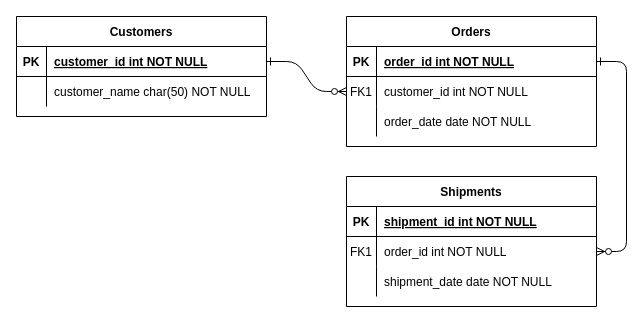
Earlier version of the draw.io diagram BCR.drawio (whysofail/adamsatria-binarchallenge-5). Source tidied: cells renumbered, new cells numbered last; positions are measured from the earlier drawing's top-left corner, leaving out a move shared by most shapes. Both pictures are drawn from the tidied source at 100%, with x=0, y=0 at pixel (16, 16).
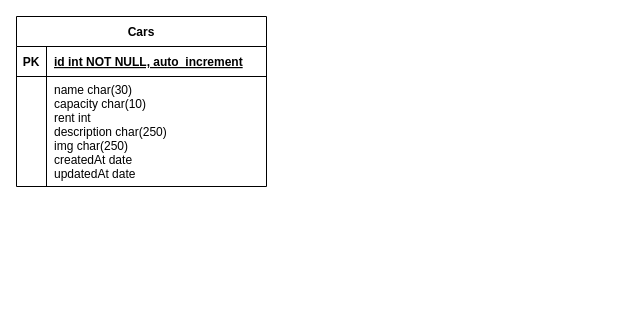
After the change.

The change refers to these unchanged cells:
```xml
<mxCell id="25" style="shape=partialRectangle;fillColor=none;points=[[0,0.5],[1,0.5]];portConstraint=eastwest;top=0;left=0;right=0;bottom=1;" parent="24" vertex="1">
  <mxGeometry y="30" width="250" height="30" as="geometry" />
</mxCell>
```

Change to the diagram source:
```diff
@@
-    <mxCell id="2" style="edgeStyle=entityRelationEdgeStyle;endArrow=ERzeroToMany;startArrow=ERone;endFill=1;startFill=0;" parent="1" edge="1" source="25" target="8">
-      <mxGeometry relative="1" as="geometry" />
-    </mxCell>
-    <mxCell id="3" style="edgeStyle=entityRelationEdgeStyle;endArrow=ERzeroToMany;startArrow=ERone;endFill=1;startFill=0;" parent="1" edge="1" source="5" target="18">
-      <mxGeometry relative="1" as="geometry" />
-    </mxCell>
-    <mxCell id="4" value="Orders" style="shape=table;startSize=30;childLayout=tableLayout;rowLines=0;fontStyle=1;align=center;" parent="1" vertex="1">
-      <mxGeometry x="330" width="250" height="130" as="geometry" />
-    </mxCell>
-    <mxCell id="5" style="shape=partialRectangle;fillColor=none;points=[[0,0.5],[1,0.5]];portConstraint=eastwest;top=0;left=0;right=0;bottom=1;" parent="4" vertex="1">
-      <mxGeometry y="30" width="250" height="30" as="geometry" />
-    </mxCell>
-    <mxCell id="6" value="PK" style="shape=partialRectangle;overflow=hidden;fillColor=none;top=0;left=0;bottom=0;right=0;fontStyle=1;" parent="5" vertex="1">
-      <mxGeometry width="30" height="30" as="geometry" />
-    </mxCell>
-    <mxCell id="7" value="order_id int NOT NULL " style="shape=partialRectangle;overflow=hidden;fillColor=none;top=0;left=0;bottom=0;right=0;align=left;spacingLeft=6;fontStyle=5;" parent="5" vertex="1">
-      <mxGeometry x="30" width="220" height="30" as="geometry" />
-    </mxCell>
-    <mxCell id="8" style="shape=partialRectangle;fillColor=none;points=[[0,0.5],[1,0.5]];portConstraint=eastwest;top=0;left=0;right=0;bottom=0;" parent="4" vertex="1">
-      <mxGeometry y="60" width="250" height="30" as="geometry" />
-    </mxCell>
-    <mxCell id="9" value="FK1" style="shape=partialRectangle;overflow=hidden;fillColor=none;top=0;left=0;bottom=0;right=0;" parent="8" vertex="1">
-      <mxGeometry width="30" height="30" as="geometry" />
-    </mxCell>
-    <mxCell id="10" value="customer_id int NOT NULL" style="shape=partialRectangle;overflow=hidden;fillColor=none;top=0;left=0;bottom=0;right=0;align=left;spacingLeft=6;" parent="8" vertex="1">
-      <mxGeometry x="30" width="220" height="30" as="geometry" />
-    </mxCell>
-    <mxCell id="11" style="shape=partialRectangle;fillColor=none;top=0;left=0;right=0;bottom=0;" parent="4" vertex="1">
-      <mxGeometry y="90" width="250" height="30" as="geometry" />
-    </mxCell>
-    <mxCell id="12" style="shape=partialRectangle;overflow=hidden;fillColor=none;top=0;left=0;bottom=0;right=0;" parent="11" vertex="1">
-      <mxGeometry width="30" height="30" as="geometry" />
-    </mxCell>
-    <mxCell id="13" value="order_date date NOT NULL" style="shape=partialRectangle;overflow=hidden;fillColor=none;top=0;left=0;bottom=0;right=0;align=left;spacingLeft=6;" parent="11" vertex="1">
-      <mxGeometry x="30" width="220" height="30" as="geometry" />
-    </mxCell>
-    <mxCell id="14" value="Shipments" style="shape=table;startSize=30;childLayout=tableLayout;rowLines=0;fontStyle=1;align=center;" parent="1" vertex="1">
-      <mxGeometry x="330" y="160" width="250" height="130" as="geometry" />
-    </mxCell>
-    <mxCell id="15" style="shape=partialRectangle;fillColor=none;top=0;left=0;right=0;bottom=1;" parent="14" vertex="1">
-      <mxGeometry y="30" width="250" height="30" as="geometry" />
-    </mxCell>
-    <mxCell id="16" value="PK" style="shape=partialRectangle;overflow=hidden;fillColor=none;top=0;left=0;bottom=0;right=0;fontStyle=1;" parent="15" vertex="1">
-      <mxGeometry width="30" height="30" as="geometry" />
-    </mxCell>
-    <mxCell id="17" value="shipment_id int NOT NULL " style="shape=partialRectangle;overflow=hidden;fillColor=none;top=0;left=0;bottom=0;right=0;align=left;spacingLeft=6;fontStyle=5;" parent="15" vertex="1">
-      <mxGeometry x="30" width="220" height="30" as="geometry" />
-    </mxCell>
-    <mxCell id="18" style="shape=partialRectangle;fillColor=none;points=[[0,0.5],[1,0.5]];portConstraint=eastwest;top=0;left=0;right=0;bottom=0;" parent="14" vertex="1">
-      <mxGeometry y="60" width="250" height="30" as="geometry" />
-    </mxCell>
-    <mxCell id="19" value="FK1" style="shape=partialRectangle;overflow=hidden;fillColor=none;top=0;left=0;bottom=0;right=0;" parent="18" vertex="1">
-      <mxGeometry width="30" height="30" as="geometry" />
-    </mxCell>
-    <mxCell id="20" value="order_id int NOT NULL" style="shape=partialRectangle;overflow=hidden;fillColor=none;top=0;left=0;bottom=0;right=0;align=left;spacingLeft=6;" parent="18" vertex="1">
-      <mxGeometry x="30" width="220" height="30" as="geometry" />
-    </mxCell>
-    <mxCell id="21" style="shape=partialRectangle;fillColor=none;top=0;left=0;right=0;bottom=0;" parent="14" vertex="1">
-      <mxGeometry y="90" width="250" height="30" as="geometry" />
-    </mxCell>
-    <mxCell id="22" style="shape=partialRectangle;overflow=hidden;fillColor=none;top=0;left=0;bottom=0;right=0;" parent="21" vertex="1">
-      <mxGeometry width="30" height="30" as="geometry" />
-    </mxCell>
-    <mxCell id="23" value="shipment_date date NOT NULL" style="shape=partialRectangle;overflow=hidden;fillColor=none;top=0;left=0;bottom=0;right=0;align=left;spacingLeft=6;" parent="21" vertex="1">
-      <mxGeometry x="30" width="220" height="30" as="geometry" />
-    </mxCell>
-    <mxCell id="24" value="Customers" style="shape=table;startSize=30;childLayout=tableLayout;rowLines=0;fontStyle=1;align=center;" parent="1" vertex="1">
-      <mxGeometry width="250" height="100" as="geometry" />
+    <mxCell id="24" value="Cars" style="shape=table;startSize=30;childLayout=tableLayout;rowLines=0;fontStyle=1;align=center;" parent="1" vertex="1">
+      <mxGeometry width="250" height="170" as="geometry" />
     </mxCell>
@@
-    <mxCell id="27" value="customer_id int NOT NULL " style="shape=partialRectangle;overflow=hidden;fillColor=none;top=0;left=0;bottom=0;right=0;align=left;spacingLeft=6;fontStyle=5;" parent="25" vertex="1">
+    <mxCell id="27" value="id int NOT NULL, auto_increment" style="shape=partialRectangle;overflow=hidden;fillColor=none;top=0;left=0;bottom=0;right=0;align=left;spacingLeft=6;fontStyle=5;" parent="25" vertex="1">
       <mxGeometry x="30" width="220" height="30" as="geometry" />
     </mxCell>
     <mxCell id="28" style="shape=partialRectangle;fillColor=none;top=0;left=0;right=0;bottom=0;" parent="24" vertex="1">
-      <mxGeometry y="60" width="250" height="30" as="geometry" />
+      <mxGeometry y="60" width="250" height="110" as="geometry" />
     </mxCell>
     <mxCell id="29" style="shape=partialRectangle;overflow=hidden;fillColor=none;top=0;left=0;bottom=0;right=0;" parent="28" vertex="1">
-      <mxGeometry width="30" height="30" as="geometry" />
+      <mxGeometry width="30" height="110" as="geometry" />
     </mxCell>
-    <mxCell id="30" value="customer_name char(50) NOT NULL" style="shape=partialRectangle;overflow=hidden;fillColor=none;top=0;left=0;bottom=0;right=0;align=left;spacingLeft=6;" parent="28" vertex="1">
-      <mxGeometry x="30" width="220" height="30" as="geometry" />
+    <mxCell id="30" value="name char(30) &#10;capacity char(10)&#10;rent int&#10;description char(250)&#10;img char(250)&#10;createdAt date&#10;updatedAt date" style="shape=partialRectangle;overflow=hidden;fillColor=none;top=0;left=0;bottom=0;right=0;align=left;spacingLeft=6;verticalAlign=top;" parent="28" vertex="1">
+      <mxGeometry x="30" width="220" height="110" as="geometry" />
     </mxCell>
```
